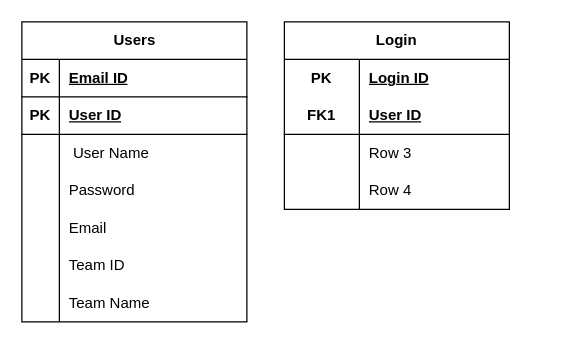
The draw.io diagram ER Draft1.drawio in baaskt/cric-fantasy-db, before the edit. Source tidied: cells renumbered, new cells numbered last; positions are measured from the earlier drawing's top-left corner, leaving out a move shared by most shapes. Both pictures are drawn from the tidied source at 125%, with x=0, y=0 at pixel (21, 21).
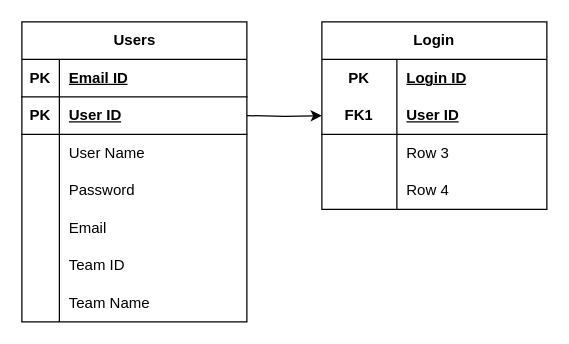
Above is the later version.

Unchanged cells that the change refers to:
```xml
<mxCell id="9" style="shape=tableRow;horizontal=0;startSize=0;swimlaneHead=0;swimlaneBody=0;fillColor=none;top=0;left=0;right=0;bottom=0;" parent="2" vertex="1">
  <mxGeometry y="90" width="180" height="30" as="geometry" />
</mxCell>
<mxCell id="28" style="shape=tableRow;horizontal=0;startSize=0;swimlaneHead=0;swimlaneBody=0;fillColor=none;points=[[0,0.5],[1,0.5]];portConstraint=eastwest;top=0;left=0;right=0;bottom=1;html=1;" parent="24" vertex="1">
  <mxGeometry y="60" width="180" height="30" as="geometry" />
</mxCell>
```

The edit, as a diff of the source:
```diff
@@
-    <mxCell id="11" value="&amp;nbsp;User Name" style="shape=partialRectangle;fillColor=none;top=0;left=0;bottom=0;right=0;align=left;spacingLeft=6;overflow=hidden;whiteSpace=wrap;html=1;" parent="9" vertex="1">
+    <mxCell id="11" value="User Name" style="shape=partialRectangle;fillColor=none;top=0;left=0;bottom=0;right=0;align=left;spacingLeft=6;overflow=hidden;whiteSpace=wrap;html=1;" parent="9" vertex="1">
       <mxGeometry x="30" width="150" height="30" as="geometry" />
     </mxCell>
@@
     <mxCell id="24" value="Login" style="shape=table;startSize=30;childLayout=tableLayout;rowLines=0;fontStyle=1;align=center;html=1;whiteSpace=wrap;" parent="1" vertex="1">
-      <mxGeometry x="210" width="180" height="150" as="geometry" />
+      <mxGeometry x="240" width="180" height="150" as="geometry" />
     </mxCell>
@@
+    <mxCell id="38" style="edgeStyle=orthogonalEdgeStyle;rounded=0;jettySize=auto;html=1;entryX=0;entryY=0.5;entryDx=0;entryDy=0;" parent="1" edge="1" target="28">
+      <mxGeometry relative="1" as="geometry">
+        <mxPoint x="180" y="75" as="sourcePoint" />
+      </mxGeometry>
+    </mxCell>
```
